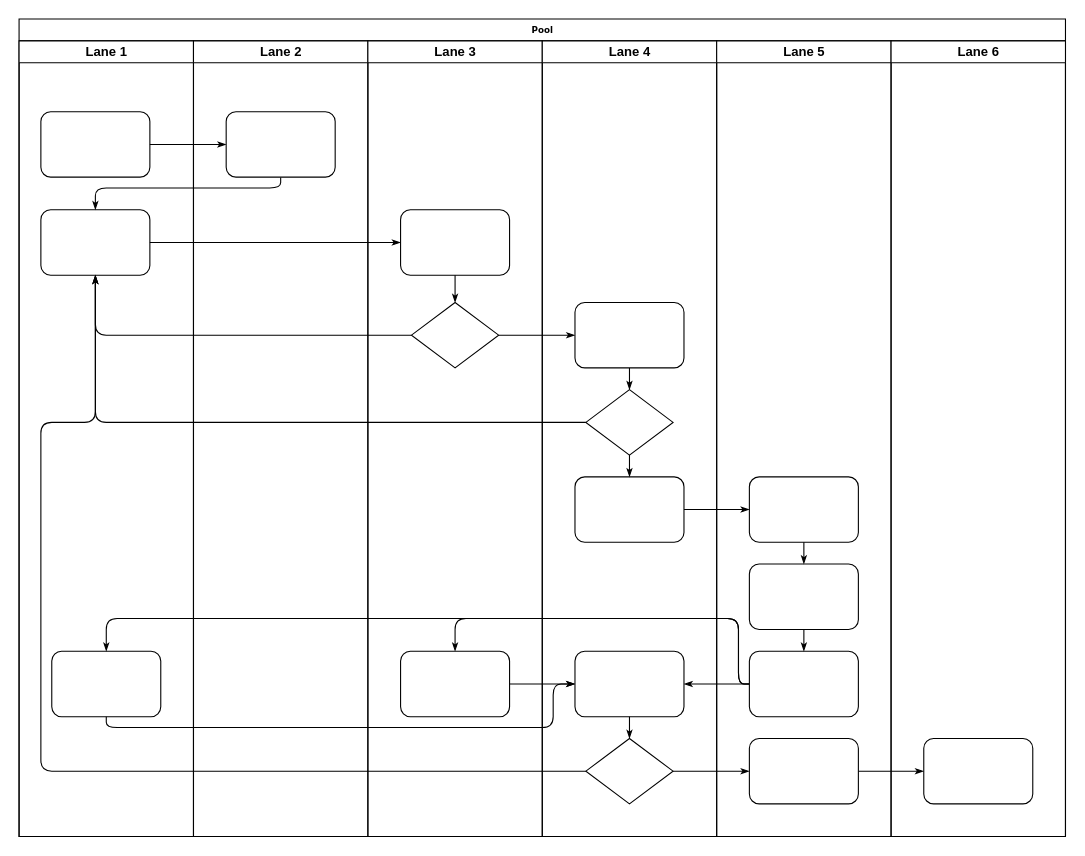
Before: Диаграмма без названия.drawio in Wladimir1401/-, a draw.io diagram. Source tidied: cells renumbered, new cells numbered last; positions are measured from the earlier drawing's top-left corner, leaving out a move shared by most shapes. Both pictures are drawn from the tidied source at 109%, with x=0, y=0 at pixel (19, 19).
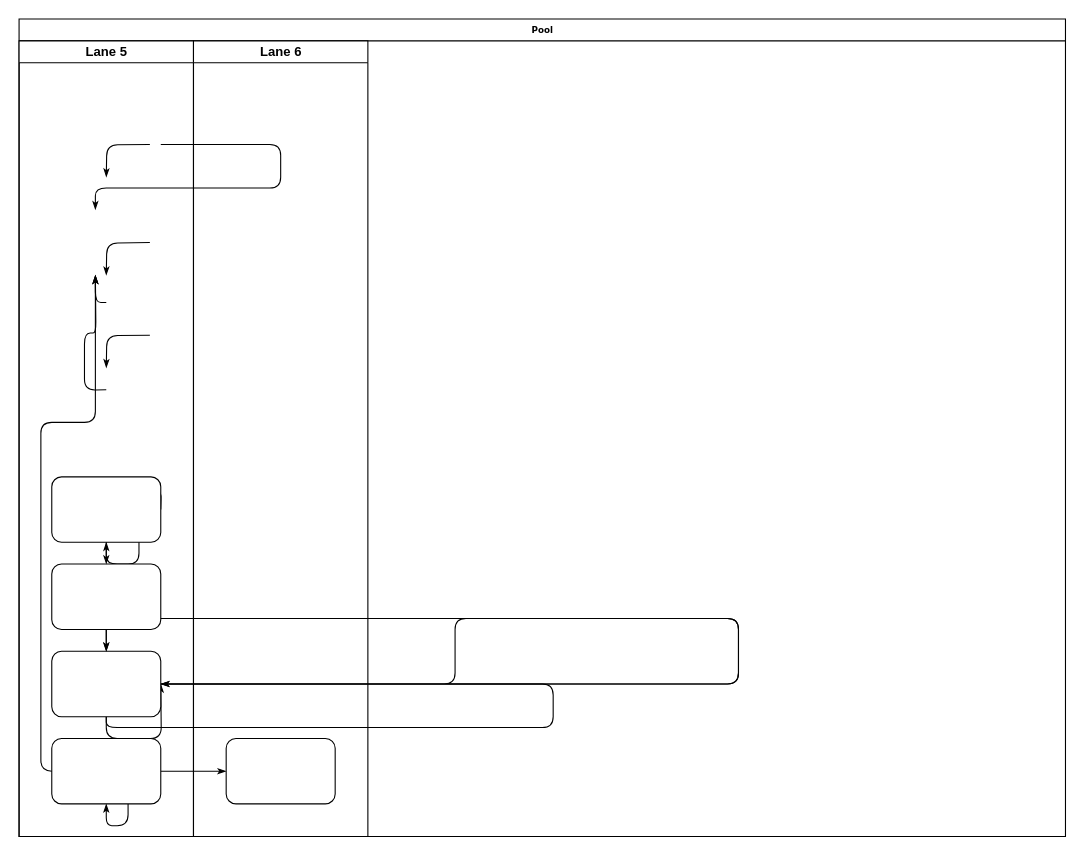
After the change.

Unchanged cells that the change refers to:
```xml
<mxCell id="2" value="Pool" style="swimlane;html=1;startSize=20;rounded=0;shadow=0;labelBackgroundColor=none;strokeWidth=1;fontFamily=Verdana;fontSize=8;align=center;" parent="1" vertex="1">
  <mxGeometry width="960" height="750" as="geometry" />
</mxCell>
<mxCell id="39" style="rounded=1;whiteSpace=wrap;html=1;shadow=0;labelBackgroundColor=none;strokeWidth=1;fontFamily=Verdana;fontSize=8;align=center;" parent="38" vertex="1">
  <mxGeometry x="30" y="400" width="100" height="60" as="geometry" />
</mxCell>
<mxCell id="41" style="rounded=1;whiteSpace=wrap;html=1;shadow=0;labelBackgroundColor=none;strokeWidth=1;fontFamily=Verdana;fontSize=8;align=center;" parent="38" vertex="1">
  <mxGeometry x="30" y="560" width="100" height="60" as="geometry" />
</mxCell>
<mxCell id="42" style="rounded=1;whiteSpace=wrap;html=1;shadow=0;labelBackgroundColor=none;strokeWidth=1;fontFamily=Verdana;fontSize=8;align=center;" parent="38" vertex="1">
  <mxGeometry x="30" y="640" width="100" height="60" as="geometry" />
</mxCell>
```

What changed in the source:
```diff
@@
-    <mxCell id="3" value="Lane 1" style="swimlane;html=1;startSize=20;" parent="2" vertex="1">
-      <mxGeometry y="20" width="160" height="730" as="geometry" />
-    </mxCell>
-    <mxCell id="4" style="rounded=1;whiteSpace=wrap;html=1;shadow=0;labelBackgroundColor=none;strokeWidth=1;fontFamily=Verdana;fontSize=8;align=center;" parent="3" vertex="1">
-      <mxGeometry x="20" y="65" width="100" height="60" as="geometry" />
-    </mxCell>
-    <mxCell id="5" style="rounded=1;whiteSpace=wrap;html=1;shadow=0;labelBackgroundColor=none;strokeWidth=1;fontFamily=Verdana;fontSize=8;align=center;" parent="3" vertex="1">
-      <mxGeometry x="20" y="155" width="100" height="60" as="geometry" />
-    </mxCell>
-    <mxCell id="6" style="rounded=1;whiteSpace=wrap;html=1;shadow=0;labelBackgroundColor=none;strokeWidth=1;fontFamily=Verdana;fontSize=8;align=center;" parent="3" vertex="1">
-      <mxGeometry x="30" y="560" width="100" height="60" as="geometry" />
-    </mxCell>
-    <mxCell id="7" style="edgeStyle=orthogonalEdgeStyle;rounded=1;html=1;labelBackgroundColor=none;startArrow=none;startFill=0;startSize=5;endArrow=classicThin;endFill=1;endSize=5;jettySize=auto;strokeWidth=1;fontFamily=Verdana;fontSize=8;" parent="2" edge="1" source="4" target="23">
-      <mxGeometry relative="1" as="geometry" />
+    <mxCell id="7" style="edgeStyle=orthogonalEdgeStyle;rounded=1;html=1;labelBackgroundColor=none;startArrow=none;startFill=0;startSize=5;endArrow=classicThin;endFill=1;endSize=5;jettySize=auto;orthogonalLoop=1;strokeWidth=1;fontFamily=Verdana;fontSize=8;" parent="2" edge="1">
+      <mxGeometry relative="1" as="geometry">
+        <mxPoint x="120" y="115" as="sourcePoint" />
+        <mxPoint x="80" y="145" as="targetPoint" />
+      </mxGeometry>
     </mxCell>
-    <mxCell id="8" style="edgeStyle=orthogonalEdgeStyle;rounded=1;html=1;labelBackgroundColor=none;startArrow=none;startFill=0;startSize=5;endArrow=classicThin;endFill=1;endSize=5;jettySize=auto;strokeWidth=1;fontFamily=Verdana;fontSize=8;" parent="2" edge="1" source="23" target="5">
+    <mxCell id="8" style="edgeStyle=orthogonalEdgeStyle;rounded=1;html=1;labelBackgroundColor=none;startArrow=none;startFill=0;startSize=5;endArrow=classicThin;endFill=1;endSize=5;jettySize=auto;orthogonalLoop=1;strokeWidth=1;fontFamily=Verdana;fontSize=8;" parent="2" edge="1">
       <mxGeometry relative="1" as="geometry">
+        <mxPoint x="130" y="115" as="sourcePoint" />
+        <mxPoint x="70" y="175" as="targetPoint" />
         <Array as="points">
           <mxPoint x="240" y="155" />
           <mxPoint x="70" y="155" />
         </Array>
       </mxGeometry>
     </mxCell>
-    <mxCell id="9" style="edgeStyle=orthogonalEdgeStyle;rounded=1;html=1;labelBackgroundColor=none;startArrow=none;startFill=0;startSize=5;endArrow=classicThin;endFill=1;endSize=5;jettySize=auto;strokeWidth=1;fontFamily=Verdana;fontSize=8;" parent="2" edge="1" source="5" target="25">
-      <mxGeometry relative="1" as="geometry" />
+    <mxCell id="9" style="edgeStyle=orthogonalEdgeStyle;rounded=1;html=1;labelBackgroundColor=none;startArrow=none;startFill=0;startSize=5;endArrow=classicThin;endFill=1;endSize=5;jettySize=auto;orthogonalLoop=1;strokeWidth=1;fontFamily=Verdana;fontSize=8;" parent="2" edge="1">
+      <mxGeometry relative="1" as="geometry">
+        <mxPoint x="120" y="205" as="sourcePoint" />
+        <mxPoint x="80" y="235" as="targetPoint" />
+      </mxGeometry>
     </mxCell>
-    <mxCell id="10" style="edgeStyle=orthogonalEdgeStyle;rounded=1;html=1;labelBackgroundColor=none;startArrow=none;startFill=0;startSize=5;endArrow=classicThin;endFill=1;endSize=5;jettySize=auto;strokeWidth=1;fontFamily=Verdana;fontSize=8;" parent="2" edge="1" source="26" target="5">
-      <mxGeometry relative="1" as="geometry" />
+    <mxCell id="10" style="edgeStyle=orthogonalEdgeStyle;rounded=1;html=1;labelBackgroundColor=none;startArrow=none;startFill=0;startSize=5;endArrow=classicThin;endFill=1;endSize=5;jettySize=auto;orthogonalLoop=1;strokeWidth=1;fontFamily=Verdana;fontSize=8;" parent="2" edge="1">
+      <mxGeometry relative="1" as="geometry">
+        <mxPoint x="80" y="260" as="sourcePoint" />
+        <mxPoint x="70" y="235" as="targetPoint" />
+      </mxGeometry>
     </mxCell>
-    <mxCell id="11" style="edgeStyle=orthogonalEdgeStyle;rounded=1;html=1;labelBackgroundColor=none;startArrow=none;startFill=0;startSize=5;endArrow=classicThin;endFill=1;endSize=5;jettySize=auto;strokeWidth=1;fontFamily=Verdana;fontSize=8;" parent="2" edge="1" source="31" target="5">
-      <mxGeometry relative="1" as="geometry" />
+    <mxCell id="11" style="edgeStyle=orthogonalEdgeStyle;rounded=1;html=1;labelBackgroundColor=none;startArrow=none;startFill=0;startSize=5;endArrow=classicThin;endFill=1;endSize=5;jettySize=auto;orthogonalLoop=1;strokeWidth=1;fontFamily=Verdana;fontSize=8;" parent="2" edge="1">
+      <mxGeometry relative="1" as="geometry">
+        <mxPoint x="80" y="340" as="sourcePoint" />
+        <mxPoint x="70" y="235" as="targetPoint" />
+      </mxGeometry>
     </mxCell>
-    <mxCell id="12" style="edgeStyle=orthogonalEdgeStyle;rounded=1;html=1;labelBackgroundColor=none;startArrow=none;startFill=0;startSize=5;endArrow=classicThin;endFill=1;endSize=5;jettySize=auto;strokeWidth=1;fontFamily=Verdana;fontSize=8;" parent="2" edge="1" source="34" target="5">
+    <mxCell id="12" style="edgeStyle=orthogonalEdgeStyle;rounded=1;html=1;labelBackgroundColor=none;startArrow=none;startFill=0;startSize=5;endArrow=classicThin;endFill=1;endSize=5;jettySize=auto;orthogonalLoop=1;strokeWidth=1;fontFamily=Verdana;fontSize=8;" parent="2" edge="1">
       <mxGeometry relative="1" as="geometry">
+        <mxPoint x="40" y="690" as="sourcePoint" />
+        <mxPoint x="70" y="235" as="targetPoint" />
         <Array as="points">
           <mxPoint x="20" y="690" />
           <mxPoint x="20" y="370" />
           <mxPoint x="70" y="370" />
         </Array>
       </mxGeometry>
     </mxCell>
-    <mxCell id="13" style="edgeStyle=orthogonalEdgeStyle;rounded=1;html=1;labelBackgroundColor=none;startArrow=none;startFill=0;startSize=5;endArrow=classicThin;endFill=1;endSize=5;jettySize=auto;strokeWidth=1;fontFamily=Verdana;fontSize=8;" parent="2" edge="1" source="26" target="30">
-      <mxGeometry relative="1" as="geometry" />
+    <mxCell id="13" style="edgeStyle=orthogonalEdgeStyle;rounded=1;html=1;labelBackgroundColor=none;startArrow=none;startFill=0;startSize=5;endArrow=classicThin;endFill=1;endSize=5;jettySize=auto;orthogonalLoop=1;strokeWidth=1;fontFamily=Verdana;fontSize=8;" parent="2" edge="1">
+      <mxGeometry relative="1" as="geometry">
+        <mxPoint x="120" y="290" as="sourcePoint" />
+        <mxPoint x="80" y="320" as="targetPoint" />
+      </mxGeometry>
     </mxCell>
-    <mxCell id="14" style="edgeStyle=orthogonalEdgeStyle;rounded=1;html=1;labelBackgroundColor=none;startArrow=none;startFill=0;startSize=5;endArrow=classicThin;endFill=1;endSize=5;jettySize=auto;strokeWidth=1;fontFamily=Verdana;fontSize=8;" parent="2" edge="1" source="34" target="42">
-      <mxGeometry relative="1" as="geometry" />
+    <mxCell id="14" style="edgeStyle=orthogonalEdgeStyle;rounded=1;html=1;labelBackgroundColor=none;startArrow=none;startFill=0;startSize=5;endArrow=classicThin;endFill=1;endSize=5;jettySize=auto;strokeWidth=1;fontFamily=Verdana;fontSize=8;" parent="2" edge="1" target="42">
+      <mxGeometry relative="1" as="geometry">
+        <mxPoint x="120" y="690" as="sourcePoint" />
+      </mxGeometry>
     </mxCell>
@@
-    <mxCell id="16" style="edgeStyle=orthogonalEdgeStyle;rounded=1;html=1;labelBackgroundColor=none;startArrow=none;startFill=0;startSize=5;endArrow=classicThin;endFill=1;endSize=5;jettySize=auto;strokeWidth=1;fontFamily=Verdana;fontSize=8;" parent="2" edge="1" source="32" target="39">
-      <mxGeometry relative="1" as="geometry" />
+    <mxCell id="16" style="edgeStyle=orthogonalEdgeStyle;rounded=1;html=1;labelBackgroundColor=none;startArrow=none;startFill=0;startSize=5;endArrow=classicThin;endFill=1;endSize=5;jettySize=auto;strokeWidth=1;fontFamily=Verdana;fontSize=8;" parent="2" edge="1" target="39">
+      <mxGeometry relative="1" as="geometry">
+        <mxPoint x="130" y="450" as="sourcePoint" />
+      </mxGeometry>
     </mxCell>
-    <mxCell id="17" style="edgeStyle=orthogonalEdgeStyle;rounded=1;html=1;labelBackgroundColor=none;startArrow=none;startFill=0;startSize=5;endArrow=classicThin;endFill=1;endSize=5;jettySize=auto;strokeWidth=1;fontFamily=Verdana;fontSize=8;" parent="2" edge="1" source="41" target="27">
+    <mxCell id="17" style="edgeStyle=orthogonalEdgeStyle;rounded=1;html=1;labelBackgroundColor=none;startArrow=none;startFill=0;startSize=5;endArrow=classicThin;endFill=1;endSize=5;jettySize=auto;strokeWidth=1;fontFamily=Verdana;fontSize=8;" parent="2" edge="1" source="41">
       <mxGeometry relative="1" as="geometry">
+        <mxPoint x="130" y="610" as="targetPoint" />
         <Array as="points">
           <mxPoint x="660" y="610" />
           <mxPoint x="660" y="550" />
           <mxPoint x="400" y="550" />
         </Array>
       </mxGeometry>
     </mxCell>
-    <mxCell id="18" style="edgeStyle=orthogonalEdgeStyle;rounded=1;html=1;labelBackgroundColor=none;startArrow=none;startFill=0;startSize=5;endArrow=classicThin;endFill=1;endSize=5;jettySize=auto;strokeColor=#000000;strokeWidth=1;fontFamily=Verdana;fontSize=8;fontColor=#000000;" parent="2" edge="1" source="41" target="33">
-      <mxGeometry relative="1" as="geometry" />
+    <mxCell id="18" style="edgeStyle=orthogonalEdgeStyle;rounded=1;html=1;labelBackgroundColor=none;startArrow=none;startFill=0;startSize=5;endArrow=classicThin;endFill=1;endSize=5;jettySize=auto;strokeColor=#000000;strokeWidth=1;fontFamily=Verdana;fontSize=8;fontColor=#000000;" parent="2" edge="1" source="41">
+      <mxGeometry relative="1" as="geometry">
+        <mxPoint x="130" y="610" as="targetPoint" />
+      </mxGeometry>
     </mxCell>
-    <mxCell id="19" style="edgeStyle=orthogonalEdgeStyle;rounded=1;html=1;labelBackgroundColor=none;startArrow=none;startFill=0;startSize=5;endArrow=classicThin;endFill=1;endSize=5;jettySize=auto;strokeWidth=1;fontFamily=Verdana;fontSize=8;" parent="2" edge="1" source="41" target="6">
+    <mxCell id="19" style="edgeStyle=orthogonalEdgeStyle;rounded=1;html=1;labelBackgroundColor=none;startArrow=none;startFill=0;startSize=5;endArrow=classicThin;endFill=1;endSize=5;jettySize=auto;strokeWidth=1;fontFamily=Verdana;fontSize=8;" parent="2" edge="1" source="41">
       <mxGeometry relative="1" as="geometry">
+        <mxPoint x="80" y="580" as="targetPoint" />
         <Array as="points">
           <mxPoint x="660" y="610" />
           <mxPoint x="660" y="550" />
           <mxPoint x="80" y="550" />
         </Array>
       </mxGeometry>
     </mxCell>
-    <mxCell id="20" style="edgeStyle=orthogonalEdgeStyle;rounded=1;html=1;labelBackgroundColor=none;startArrow=none;startFill=0;startSize=5;endArrow=classicThin;endFill=1;endSize=5;jettySize=auto;strokeWidth=1;fontFamily=Verdana;fontSize=8;" parent="2" edge="1" source="6" target="33">
+    <mxCell id="20" style="edgeStyle=orthogonalEdgeStyle;rounded=1;html=1;labelBackgroundColor=none;startArrow=none;startFill=0;startSize=5;endArrow=classicThin;endFill=1;endSize=5;jettySize=auto;orthogonalLoop=1;strokeWidth=1;fontFamily=Verdana;fontSize=8;" parent="2" edge="1">
       <mxGeometry relative="1" as="geometry">
+        <mxPoint x="80" y="640" as="sourcePoint" />
+        <mxPoint x="130" y="610" as="targetPoint" />
         <Array as="points">
           <mxPoint x="80" y="650" />
           <mxPoint x="490" y="650" />
           <mxPoint x="490" y="610" />
         </Array>
       </mxGeometry>
     </mxCell>
-    <mxCell id="21" style="edgeStyle=orthogonalEdgeStyle;rounded=1;html=1;labelBackgroundColor=none;startArrow=none;startFill=0;startSize=5;endArrow=classicThin;endFill=1;endSize=5;jettySize=auto;strokeWidth=1;fontFamily=Verdana;fontSize=8;" parent="2" edge="1" source="27" target="33">
-      <mxGeometry relative="1" as="geometry" />
+    <mxCell id="21" style="edgeStyle=orthogonalEdgeStyle;rounded=1;html=1;labelBackgroundColor=none;startArrow=none;startFill=0;startSize=5;endArrow=classicThin;endFill=1;endSize=5;jettySize=auto;orthogonalLoop=1;strokeWidth=1;fontFamily=Verdana;fontSize=8;" parent="2" edge="1">
+      <mxGeometry relative="1" as="geometry">
+        <mxPoint x="130" y="610" as="sourcePoint" />
+        <mxPoint x="80" y="640" as="targetPoint" />
+      </mxGeometry>
     </mxCell>
-    <mxCell id="22" value="Lane 2" style="swimlane;html=1;startSize=20;" parent="2" vertex="1">
-      <mxGeometry x="160" y="20" width="160" height="730" as="geometry" />
-    </mxCell>
-    <mxCell id="23" style="rounded=1;whiteSpace=wrap;html=1;shadow=0;labelBackgroundColor=none;strokeWidth=1;fontFamily=Verdana;fontSize=8;align=center;" parent="22" vertex="1">
-      <mxGeometry x="30" y="65" width="100" height="60" as="geometry" />
-    </mxCell>
-    <mxCell id="24" value="Lane 3" style="swimlane;html=1;startSize=20;" parent="2" vertex="1">
-      <mxGeometry x="320" y="20" width="160" height="730" as="geometry" />
-    </mxCell>
-    <mxCell id="25" style="rounded=1;whiteSpace=wrap;html=1;shadow=0;labelBackgroundColor=none;strokeWidth=1;fontFamily=Verdana;fontSize=8;align=center;" parent="24" vertex="1">
-      <mxGeometry x="30" y="155" width="100" height="60" as="geometry" />
-    </mxCell>
-    <mxCell id="26" style="rhombus;whiteSpace=wrap;html=1;rounded=0;shadow=0;labelBackgroundColor=none;strokeWidth=1;fontFamily=Verdana;fontSize=8;align=center;" parent="24" vertex="1">
-      <mxGeometry x="40" y="240" width="80" height="60" as="geometry" />
-    </mxCell>
-    <mxCell id="27" style="rounded=1;whiteSpace=wrap;html=1;shadow=0;labelBackgroundColor=none;strokeWidth=1;fontFamily=Verdana;fontSize=8;align=center;" parent="24" vertex="1">
-      <mxGeometry x="30" y="560" width="100" height="60" as="geometry" />
-    </mxCell>
-    <mxCell id="28" style="edgeStyle=orthogonalEdgeStyle;rounded=1;html=1;labelBackgroundColor=none;startArrow=none;startFill=0;startSize=5;endArrow=classicThin;endFill=1;endSize=5;jettySize=auto;strokeWidth=1;fontFamily=Verdana;fontSize=8;" parent="24" edge="1" source="25" target="26">
-      <mxGeometry relative="1" as="geometry" />
-    </mxCell>
-    <mxCell id="29" value="Lane 4" style="swimlane;html=1;startSize=20;" parent="2" vertex="1">
-      <mxGeometry x="480" y="20" width="160" height="730" as="geometry" />
-    </mxCell>
-    <mxCell id="30" style="rounded=1;whiteSpace=wrap;html=1;shadow=0;labelBackgroundColor=none;strokeWidth=1;fontFamily=Verdana;fontSize=8;align=center;" parent="29" vertex="1">
-      <mxGeometry x="30" y="240" width="100" height="60" as="geometry" />
-    </mxCell>
-    <mxCell id="31" style="rhombus;whiteSpace=wrap;html=1;rounded=0;shadow=0;labelBackgroundColor=none;strokeWidth=1;fontFamily=Verdana;fontSize=8;align=center;" parent="29" vertex="1">
-      <mxGeometry x="40" y="320" width="80" height="60" as="geometry" />
-    </mxCell>
-    <mxCell id="32" style="rounded=1;whiteSpace=wrap;html=1;shadow=0;labelBackgroundColor=none;strokeWidth=1;fontFamily=Verdana;fontSize=8;align=center;" parent="29" vertex="1">
-      <mxGeometry x="30" y="400" width="100" height="60" as="geometry" />
-    </mxCell>
-    <mxCell id="33" style="rounded=1;whiteSpace=wrap;html=1;shadow=0;labelBackgroundColor=none;strokeWidth=1;fontFamily=Verdana;fontSize=8;align=center;" parent="29" vertex="1">
-      <mxGeometry x="30" y="560" width="100" height="60" as="geometry" />
-    </mxCell>
-    <mxCell id="34" style="rhombus;whiteSpace=wrap;html=1;rounded=0;shadow=0;labelBackgroundColor=none;strokeWidth=1;fontFamily=Verdana;fontSize=8;align=center;" parent="29" vertex="1">
-      <mxGeometry x="40" y="640" width="80" height="60" as="geometry" />
-    </mxCell>
-    <mxCell id="35" style="edgeStyle=orthogonalEdgeStyle;rounded=1;html=1;labelBackgroundColor=none;startArrow=none;startFill=0;startSize=5;endArrow=classicThin;endFill=1;endSize=5;jettySize=auto;strokeColor=#000000;strokeWidth=1;fontFamily=Verdana;fontSize=8;fontColor=#000000;" parent="29" edge="1" source="30" target="31">
-      <mxGeometry relative="1" as="geometry" />
-    </mxCell>
-    <mxCell id="36" style="edgeStyle=orthogonalEdgeStyle;rounded=1;html=1;labelBackgroundColor=none;startArrow=none;startFill=0;startSize=5;endArrow=classicThin;endFill=1;endSize=5;jettySize=auto;strokeWidth=1;fontFamily=Verdana;fontSize=8;" parent="29" edge="1" source="31" target="32">
-      <mxGeometry relative="1" as="geometry" />
-    </mxCell>
-    <mxCell id="37" style="edgeStyle=orthogonalEdgeStyle;rounded=1;html=1;labelBackgroundColor=none;startArrow=none;startFill=0;startSize=5;endArrow=classicThin;endFill=1;endSize=5;jettySize=auto;strokeWidth=1;fontFamily=Verdana;fontSize=8;" parent="29" edge="1" source="33" target="34">
-      <mxGeometry relative="1" as="geometry" />
-    </mxCell>
     <mxCell id="38" value="Lane 5" style="swimlane;html=1;startSize=20;" parent="2" vertex="1">
-      <mxGeometry x="640" y="20" width="160" height="730" as="geometry" />
+      <mxGeometry y="20" width="160" height="730" as="geometry" />
     </mxCell>
@@
     <mxCell id="45" value="Lane 6" style="swimlane;html=1;startSize=20;" parent="2" vertex="1">
-      <mxGeometry x="800" y="20" width="160" height="730" as="geometry" />
+      <mxGeometry x="160" y="20" width="160" height="730" as="geometry" />
     </mxCell>
```
